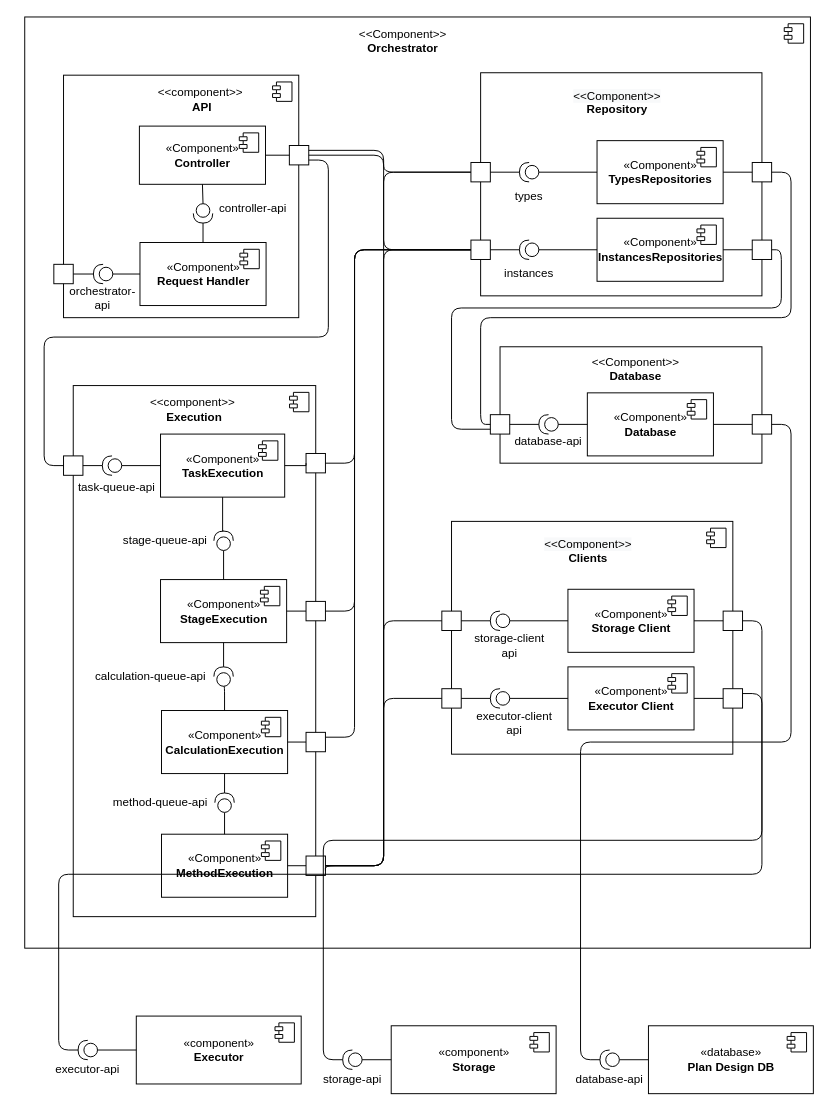
This is master/sources/diploma/architecture/diagrams/orchestrator/component.drawio from stalker-fc/diploma, a draw.io file, before an edit. Source tidied: cells renumbered, new cells numbered last; positions are measured from the earlier drawing's top-left corner, leaving out a move shared by most shapes. Both pictures are drawn from the tidied source at 97%, with x=0, y=0 at pixel (24, 16).
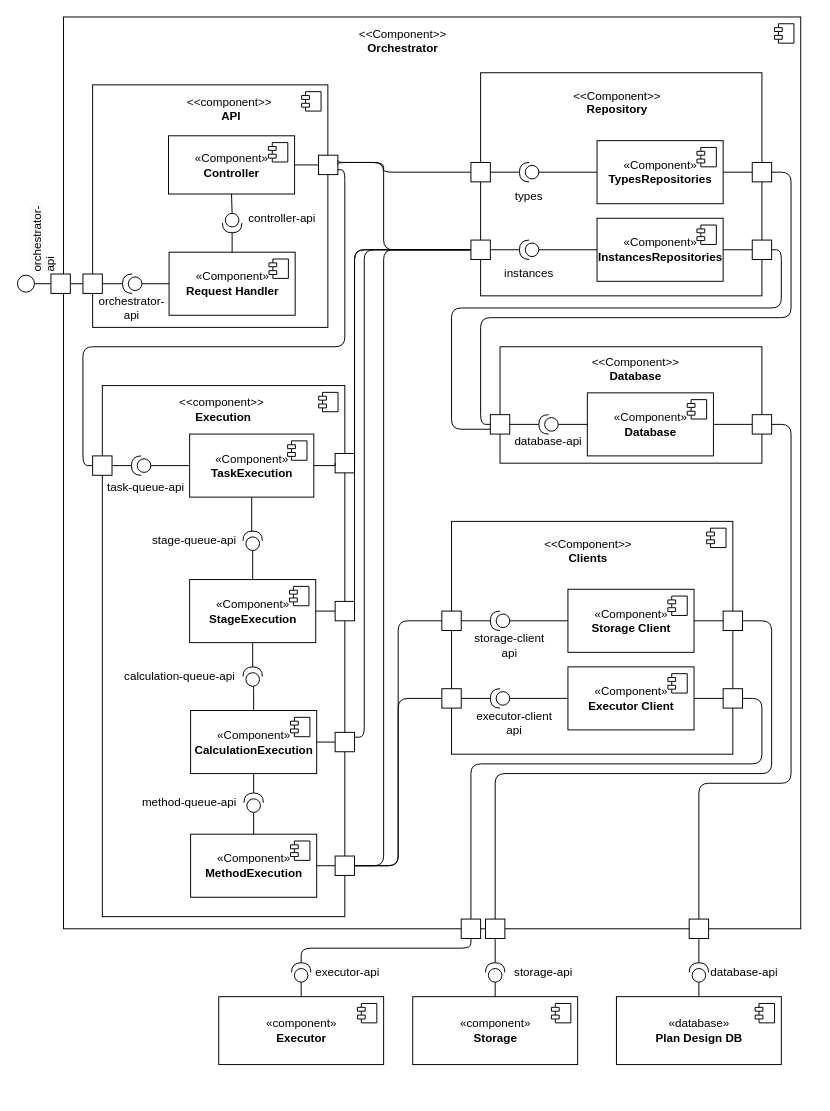
After the change.

The change refers to these unchanged cells:
```xml
<mxCell id="12" style="whiteSpace=wrap;html=1;" parent="4" vertex="1">
  <mxGeometry x="242.8" y="72.5" width="20" height="20" as="geometry" />
</mxCell>
<mxCell id="19" style="whiteSpace=wrap;html=1;" parent="4" vertex="1">
  <mxGeometry y="195" width="20" height="20" as="geometry" />
</mxCell>
<mxCell id="27" style="whiteSpace=wrap;html=1;" parent="23" vertex="1">
  <mxGeometry x="270" y="70" width="20" height="20" as="geometry" />
</mxCell>
<mxCell id="53" style="whiteSpace=wrap;html=1;" parent="35" vertex="1">
  <mxGeometry x="290" y="92.5" width="20" height="20" as="geometry" />
</mxCell>
<mxCell id="55" style="whiteSpace=wrap;html=1;" parent="35" vertex="1">
  <mxGeometry x="290" y="172.5" width="20" height="20" as="geometry" />
</mxCell>
<mxCell id="70" style="whiteSpace=wrap;html=1;" parent="57" vertex="1">
  <mxGeometry y="92.5" width="20" height="20" as="geometry" />
</mxCell>
<mxCell id="72" style="whiteSpace=wrap;html=1;" parent="57" vertex="1">
  <mxGeometry y="172.5" width="20" height="20" as="geometry" />
</mxCell>
<mxCell id="125" style="whiteSpace=wrap;html=1;" parent="96" vertex="1">
  <mxGeometry x="250" y="485" width="20" height="20" as="geometry" />
</mxCell>
<mxCell id="127" style="whiteSpace=wrap;html=1;" parent="96" vertex="1">
  <mxGeometry x="250" y="357.5" width="20" height="20" as="geometry" />
</mxCell>
<mxCell id="131" style="whiteSpace=wrap;html=1;" parent="96" vertex="1">
  <mxGeometry y="72.5" width="20" height="20" as="geometry" />
</mxCell>
```

What changed in the source:
```diff
@@
     <mxCell id="2" style="html=1;fillColor=none;" parent="1" vertex="1">
-      <mxGeometry width="810" height="960" as="geometry" />
+      <mxGeometry x="40" width="760" height="940" as="geometry" />
     </mxCell>
@@
     <mxCell id="4" style="group;" parent="1" vertex="1">
-      <mxGeometry x="30" y="60" width="262.8" height="250" as="geometry" />
+      <mxGeometry x="60" y="70" width="262.8" height="250" as="geometry" />
     </mxCell>
@@
+    <mxCell id="149" style="edgeStyle=orthogonalEdgeStyle;rounded=1;jettySize=auto;html=1;exitX=0;exitY=0.5;exitDx=0;exitDy=0;entryX=1;entryY=0.5;entryDx=0;entryDy=0;endArrow=none;endFill=0;" parent="4" edge="1" source="19" target="150">
+      <mxGeometry relative="1" as="geometry" />
+    </mxCell>
@@
+    <mxCell id="150" style="whiteSpace=wrap;html=1;" parent="4" vertex="1">
+      <mxGeometry x="-33" y="195" width="20" height="20" as="geometry" />
+    </mxCell>
@@
-    <mxCell id="78" style="group;" parent="1" vertex="1">
-      <mxGeometry x="20" y="1030" width="265" height="70" as="geometry" />
-    </mxCell>
-    <mxCell id="79" value="«component»&lt;br&gt;&lt;b&gt;Executor&lt;/b&gt;" style="html=1;" parent="78" vertex="1">
-      <mxGeometry x="95" width="170" height="70" as="geometry" />
-    </mxCell>
-    <mxCell id="80" style="shape=module;jettyWidth=8;jettyHeight=4;" parent="79" vertex="1">
-      <mxGeometry x="1" width="20" height="20" relative="1" as="geometry">
-        <mxPoint x="-27" y="7" as="offset" />
-      </mxGeometry>
-    </mxCell>
-    <mxCell id="81" style="edgeStyle=orthogonalEdgeStyle;rounded=0;jettySize=auto;html=1;exitX=0;exitY=0.5;exitDx=0;exitDy=0;exitPerimeter=0;entryX=0;entryY=0.5;entryDx=0;entryDy=0;endArrow=none;endFill=0;" parent="78" edge="1" source="82" target="79">
-      <mxGeometry relative="1" as="geometry" />
-    </mxCell>
-    <mxCell id="82" style="shape=providedRequiredInterface;html=1;verticalLabelPosition=bottom;sketch=0;direction=west;" parent="78" vertex="1">
-      <mxGeometry x="35" y="25" width="20" height="20" as="geometry" />
-    </mxCell>
-    <mxCell id="83" value="executor-api" style="text;html=1;strokeColor=none;fillColor=none;align=center;verticalAlign=middle;whiteSpace=wrap;rounded=0;" parent="78" vertex="1">
-      <mxGeometry y="40" width="90" height="30" as="geometry" />
-    </mxCell>
-    <mxCell id="84" style="group;" parent="1" vertex="1">
-      <mxGeometry x="292.8" y="1040" width="255" height="70" as="geometry" />
-    </mxCell>
-    <mxCell id="85" value="«component»&lt;br&gt;&lt;b&gt;Storage&lt;/b&gt;" style="html=1;" parent="84" vertex="1">
-      <mxGeometry x="85" width="170" height="70" as="geometry" />
-    </mxCell>
-    <mxCell id="86" style="shape=module;jettyWidth=8;jettyHeight=4;" parent="85" vertex="1">
-      <mxGeometry x="1" width="20" height="20" relative="1" as="geometry">
-        <mxPoint x="-27" y="7" as="offset" />
-      </mxGeometry>
-    </mxCell>
-    <mxCell id="87" style="edgeStyle=orthogonalEdgeStyle;rounded=0;jettySize=auto;html=1;exitX=0;exitY=0.5;exitDx=0;exitDy=0;exitPerimeter=0;entryX=0;entryY=0.5;entryDx=0;entryDy=0;endArrow=none;endFill=0;" parent="84" edge="1" source="88" target="85">
-      <mxGeometry relative="1" as="geometry" />
-    </mxCell>
-    <mxCell id="88" style="shape=providedRequiredInterface;html=1;verticalLabelPosition=bottom;sketch=0;direction=west;" parent="84" vertex="1">
-      <mxGeometry x="35" y="25" width="20" height="20" as="geometry" />
-    </mxCell>
-    <mxCell id="89" value="storage-api" style="text;html=1;strokeColor=none;fillColor=none;align=center;verticalAlign=middle;whiteSpace=wrap;rounded=0;" parent="84" vertex="1">
-      <mxGeometry y="40" width="90" height="30" as="geometry" />
-    </mxCell>
-    <mxCell id="90" style="group;" parent="1" vertex="1">
-      <mxGeometry x="558" y="1040" width="255" height="70" as="geometry" />
-    </mxCell>
-    <mxCell id="91" value="«database»&lt;br&gt;&lt;b&gt;Plan Design DB&lt;/b&gt;" style="html=1;" parent="90" vertex="1">
-      <mxGeometry x="85" width="170" height="70" as="geometry" />
-    </mxCell>
-    <mxCell id="92" style="shape=module;jettyWidth=8;jettyHeight=4;" parent="91" vertex="1">
-      <mxGeometry x="1" width="20" height="20" relative="1" as="geometry">
-        <mxPoint x="-27" y="7" as="offset" />
-      </mxGeometry>
-    </mxCell>
-    <mxCell id="93" style="edgeStyle=orthogonalEdgeStyle;rounded=0;jettySize=auto;html=1;exitX=0;exitY=0.5;exitDx=0;exitDy=0;exitPerimeter=0;entryX=0;entryY=0.5;entryDx=0;entryDy=0;endArrow=none;endFill=0;" parent="90" edge="1" source="94" target="91">
-      <mxGeometry relative="1" as="geometry" />
-    </mxCell>
-    <mxCell id="94" style="shape=providedRequiredInterface;html=1;verticalLabelPosition=bottom;sketch=0;direction=west;" parent="90" vertex="1">
-      <mxGeometry x="35" y="25" width="20" height="20" as="geometry" />
-    </mxCell>
-    <mxCell id="95" value="database-api" style="text;html=1;strokeColor=none;fillColor=none;align=center;verticalAlign=middle;whiteSpace=wrap;rounded=0;" parent="90" vertex="1">
-      <mxGeometry y="40" width="90" height="30" as="geometry" />
-    </mxCell>
     <mxCell id="96" style="group;" parent="1" vertex="1">
-      <mxGeometry x="40" y="380" width="270" height="547.5" as="geometry" />
+      <mxGeometry x="70" y="380" width="270" height="547.5" as="geometry" />
     </mxCell>
@@
     <mxCell id="135" style="edgeStyle=orthogonalEdgeStyle;rounded=1;jettySize=auto;html=1;exitX=1;exitY=0.25;exitDx=0;exitDy=0;entryX=0;entryY=0.5;entryDx=0;entryDy=0;endArrow=none;endFill=0;" parent="1" edge="1" source="12" target="70">
       <mxGeometry relative="1" as="geometry">
         <Array as="points">
-          <mxPoint x="370" y="138" />
+          <mxPoint x="323" y="150" />
+          <mxPoint x="370" y="150" />
           <mxPoint x="370" y="160" />
         </Array>
       </mxGeometry>
     </mxCell>
     <mxCell id="136" style="edgeStyle=orthogonalEdgeStyle;rounded=1;jettySize=auto;html=1;exitX=1;exitY=0.5;exitDx=0;exitDy=0;entryX=0;entryY=0.5;entryDx=0;entryDy=0;endArrow=none;endFill=0;" parent="1" edge="1" source="12" target="72">
       <mxGeometry relative="1" as="geometry">
         <Array as="points">
-          <mxPoint x="370" y="142" />
+          <mxPoint x="323" y="150" />
+          <mxPoint x="370" y="150" />
           <mxPoint x="370" y="240" />
         </Array>
       </mxGeometry>
     </mxCell>
     <mxCell id="137" style="edgeStyle=orthogonalEdgeStyle;rounded=1;jettySize=auto;html=1;exitX=1;exitY=0.75;exitDx=0;exitDy=0;entryX=0;entryY=0.5;entryDx=0;entryDy=0;endArrow=none;endFill=0;" parent="1" edge="1" source="12" target="131">
       <mxGeometry relative="1" as="geometry">
         <Array as="points">
-          <mxPoint x="313" y="148" />
-          <mxPoint x="313" y="330" />
-          <mxPoint x="20" y="330" />
-          <mxPoint x="20" y="462" />
+          <mxPoint x="330" y="158" />
+          <mxPoint x="330" y="340" />
+          <mxPoint x="60" y="340" />
+          <mxPoint x="60" y="463" />
         </Array>
       </mxGeometry>
     </mxCell>
@@
-    <mxCell id="141" style="edgeStyle=orthogonalEdgeStyle;rounded=1;jettySize=auto;html=1;exitX=1;exitY=0.75;exitDx=0;exitDy=0;endArrow=none;endFill=0;entryX=0;entryY=0.5;entryDx=0;entryDy=0;" parent="1" edge="1" source="125" target="70">
-      <mxGeometry relative="1" as="geometry">
-        <Array as="points">
-          <mxPoint x="310" y="875" />
-          <mxPoint x="370" y="875" />
-          <mxPoint x="370" y="160" />
-        </Array>
-      </mxGeometry>
-    </mxCell>
     <mxCell id="142" style="edgeStyle=orthogonalEdgeStyle;rounded=1;jettySize=auto;html=1;exitX=1;exitY=0.25;exitDx=0;exitDy=0;entryX=0;entryY=0.5;entryDx=0;entryDy=0;endArrow=none;endFill=0;" parent="1" edge="1" source="127" target="72">
       <mxGeometry relative="1" as="geometry">
         <Array as="points">
-          <mxPoint x="340" y="742" />
-          <mxPoint x="340" y="240" />
+          <mxPoint x="350" y="743" />
+          <mxPoint x="350" y="240" />
         </Array>
       </mxGeometry>
     </mxCell>
@@
-    <mxCell id="145" style="edgeStyle=orthogonalEdgeStyle;rounded=1;jettySize=auto;html=1;exitX=1;exitY=0.5;exitDx=0;exitDy=0;entryX=1;entryY=0.5;entryDx=0;entryDy=0;entryPerimeter=0;endArrow=none;endFill=0;" parent="1" edge="1" source="27" target="94">
-      <mxGeometry relative="1" as="geometry" />
-    </mxCell>
-    <mxCell id="146" style="edgeStyle=orthogonalEdgeStyle;rounded=1;jettySize=auto;html=1;exitX=1;exitY=0.5;exitDx=0;exitDy=0;entryX=1;entryY=0.5;entryDx=0;entryDy=0;entryPerimeter=0;endArrow=none;endFill=0;" parent="1" edge="1" source="53" target="88">
-      <mxGeometry relative="1" as="geometry" />
-    </mxCell>
-    <mxCell id="147" style="edgeStyle=orthogonalEdgeStyle;rounded=1;jettySize=auto;html=1;exitX=1;exitY=0.25;exitDx=0;exitDy=0;entryX=1;entryY=0.5;entryDx=0;entryDy=0;entryPerimeter=0;endArrow=none;endFill=0;" parent="1" edge="1" source="55" target="82">
-      <mxGeometry relative="1" as="geometry" />
-    </mxCell>
@@
+    <mxCell id="151" style="group;" parent="1" vertex="1">
+      <mxGeometry x="610" y="970" width="177" height="110" as="geometry" />
+    </mxCell>
+    <mxCell id="91" value="«database»&lt;br&gt;&lt;b&gt;Plan Design DB&lt;/b&gt;" style="html=1;" parent="151" vertex="1">
+      <mxGeometry y="40" width="170" height="70" as="geometry" />
+    </mxCell>
+    <mxCell id="92" style="shape=module;jettyWidth=8;jettyHeight=4;" parent="91" vertex="1">
+      <mxGeometry x="1" width="20" height="20" relative="1" as="geometry">
+        <mxPoint x="-27" y="7" as="offset" />
+      </mxGeometry>
+    </mxCell>
+    <mxCell id="93" style="edgeStyle=orthogonalEdgeStyle;rounded=0;jettySize=auto;html=1;exitX=0;exitY=0.5;exitDx=0;exitDy=0;exitPerimeter=0;entryX=0.5;entryY=0;entryDx=0;entryDy=0;endArrow=none;endFill=0;" parent="151" edge="1" source="94" target="91">
+      <mxGeometry relative="1" as="geometry" />
+    </mxCell>
+    <mxCell id="94" style="shape=providedRequiredInterface;html=1;verticalLabelPosition=bottom;sketch=0;direction=north;" parent="151" vertex="1">
+      <mxGeometry x="75" y="5" width="20" height="20" as="geometry" />
+    </mxCell>
+    <mxCell id="95" value="database-api" style="text;html=1;strokeColor=none;fillColor=none;align=center;verticalAlign=middle;whiteSpace=wrap;rounded=0;" parent="151" vertex="1">
+      <mxGeometry x="87" width="90" height="30" as="geometry" />
+    </mxCell>
+    <mxCell id="152" style="group;" parent="1" vertex="1">
+      <mxGeometry x="400" y="970" width="180" height="110" as="geometry" />
+    </mxCell>
+    <mxCell id="85" value="«component»&lt;br&gt;&lt;b&gt;Storage&lt;/b&gt;" style="html=1;" parent="152" vertex="1">
+      <mxGeometry y="40" width="170" height="70" as="geometry" />
+    </mxCell>
+    <mxCell id="86" style="shape=module;jettyWidth=8;jettyHeight=4;" parent="85" vertex="1">
+      <mxGeometry x="1" width="20" height="20" relative="1" as="geometry">
+        <mxPoint x="-27" y="7" as="offset" />
+      </mxGeometry>
+    </mxCell>
+    <mxCell id="87" style="edgeStyle=orthogonalEdgeStyle;rounded=0;jettySize=auto;html=1;exitX=0;exitY=0.5;exitDx=0;exitDy=0;exitPerimeter=0;endArrow=none;endFill=0;" parent="152" edge="1" source="88">
+      <mxGeometry relative="1" as="geometry">
+        <mxPoint x="85" y="40" as="targetPoint" />
+      </mxGeometry>
+    </mxCell>
+    <mxCell id="88" style="shape=providedRequiredInterface;html=1;verticalLabelPosition=bottom;sketch=0;direction=north;" parent="152" vertex="1">
+      <mxGeometry x="75" y="5" width="20" height="20" as="geometry" />
+    </mxCell>
+    <mxCell id="89" value="storage-api" style="text;html=1;strokeColor=none;fillColor=none;align=center;verticalAlign=middle;whiteSpace=wrap;rounded=0;" parent="152" vertex="1">
+      <mxGeometry x="90" width="90" height="30" as="geometry" />
+    </mxCell>
+    <mxCell id="153" style="group;" parent="1" vertex="1">
+      <mxGeometry x="200" y="970" width="177.8" height="110" as="geometry" />
+    </mxCell>
+    <mxCell id="79" value="«component»&lt;br&gt;&lt;b&gt;Executor&lt;/b&gt;" style="html=1;" parent="153" vertex="1">
+      <mxGeometry y="40" width="170" height="70" as="geometry" />
+    </mxCell>
+    <mxCell id="80" style="shape=module;jettyWidth=8;jettyHeight=4;" parent="79" vertex="1">
+      <mxGeometry x="1" width="20" height="20" relative="1" as="geometry">
+        <mxPoint x="-27" y="7" as="offset" />
+      </mxGeometry>
+    </mxCell>
+    <mxCell id="81" style="edgeStyle=orthogonalEdgeStyle;rounded=0;jettySize=auto;html=1;exitX=0;exitY=0.5;exitDx=0;exitDy=0;exitPerimeter=0;entryX=0.5;entryY=0;entryDx=0;entryDy=0;endArrow=none;endFill=0;" parent="153" edge="1" source="82" target="79">
+      <mxGeometry relative="1" as="geometry" />
+    </mxCell>
+    <mxCell id="82" style="shape=providedRequiredInterface;html=1;verticalLabelPosition=bottom;sketch=0;direction=north;" parent="153" vertex="1">
+      <mxGeometry x="75" y="5" width="20" height="20" as="geometry" />
+    </mxCell>
+    <mxCell id="83" value="executor-api" style="text;html=1;strokeColor=none;fillColor=none;align=center;verticalAlign=middle;whiteSpace=wrap;rounded=0;" parent="153" vertex="1">
+      <mxGeometry x="87.8" width="90" height="30" as="geometry" />
+    </mxCell>
+    <mxCell id="154" style="edgeStyle=orthogonalEdgeStyle;rounded=1;jettySize=auto;html=1;exitX=0.5;exitY=0;exitDx=0;exitDy=0;entryX=1;entryY=0.5;entryDx=0;entryDy=0;endArrow=none;endFill=0;" parent="1" edge="1" source="159" target="55">
+      <mxGeometry relative="1" as="geometry">
+        <Array as="points">
+          <mxPoint x="460" y="930" />
+          <mxPoint x="460" y="770" />
+          <mxPoint x="760" y="770" />
+          <mxPoint x="760" y="703" />
+        </Array>
+      </mxGeometry>
+    </mxCell>
+    <mxCell id="155" style="ellipse;whiteSpace=wrap;html=1;" parent="1" vertex="1">
+      <mxGeometry x="-7.5" y="266.2" width="17.5" height="17.5" as="geometry" />
+    </mxCell>
+    <mxCell id="156" style="edgeStyle=orthogonalEdgeStyle;rounded=1;jettySize=auto;html=1;exitX=0;exitY=0.5;exitDx=0;exitDy=0;entryX=1;entryY=0.5;entryDx=0;entryDy=0;endArrow=none;endFill=0;" parent="1" edge="1" source="150" target="155">
+      <mxGeometry relative="1" as="geometry" />
+    </mxCell>
+    <mxCell id="157" value="&lt;span style=&quot;color: rgb(0, 0, 0); font-family: helvetica; font-size: 12px; font-style: normal; font-weight: 400; letter-spacing: normal; text-align: center; text-indent: 0px; text-transform: none; word-spacing: 0px; background-color: rgb(248, 249, 250); display: inline; float: none;&quot;&gt;orchestrator-api&lt;/span&gt;" style="text;whiteSpace=wrap;html=1;rotation=270;" parent="1" vertex="1">
+      <mxGeometry x="-20" y="210" width="74" height="36.2" as="geometry" />
+    </mxCell>
+    <mxCell id="158" style="edgeStyle=orthogonalEdgeStyle;rounded=1;jettySize=auto;html=1;exitX=0.5;exitY=1;exitDx=0;exitDy=0;entryX=1;entryY=0.5;entryDx=0;entryDy=0;entryPerimeter=0;endArrow=none;endFill=0;" parent="1" edge="1" source="159" target="82">
+      <mxGeometry relative="1" as="geometry">
+        <Array as="points">
+          <mxPoint x="460" y="960" />
+          <mxPoint x="285" y="960" />
+        </Array>
+      </mxGeometry>
+    </mxCell>
+    <mxCell id="159" style="whiteSpace=wrap;html=1;" parent="1" vertex="1">
+      <mxGeometry x="450" y="930" width="20" height="20" as="geometry" />
+    </mxCell>
+    <mxCell id="160" style="edgeStyle=orthogonalEdgeStyle;rounded=1;jettySize=auto;html=1;exitX=0.5;exitY=1;exitDx=0;exitDy=0;entryX=1;entryY=0.5;entryDx=0;entryDy=0;entryPerimeter=0;endArrow=none;endFill=0;" parent="1" edge="1" source="161" target="88">
+      <mxGeometry relative="1" as="geometry" />
+    </mxCell>
+    <mxCell id="161" style="whiteSpace=wrap;html=1;" parent="1" vertex="1">
+      <mxGeometry x="475" y="930" width="20" height="20" as="geometry" />
+    </mxCell>
+    <mxCell id="162" style="edgeStyle=orthogonalEdgeStyle;rounded=1;jettySize=auto;html=1;exitX=1;exitY=0.5;exitDx=0;exitDy=0;endArrow=none;endFill=0;entryX=0.5;entryY=0;entryDx=0;entryDy=0;" parent="1" edge="1" source="53" target="161">
+      <mxGeometry relative="1" as="geometry">
+        <Array as="points">
+          <mxPoint x="770" y="622" />
+          <mxPoint x="770" y="780" />
+          <mxPoint x="485" y="780" />
+        </Array>
+      </mxGeometry>
+    </mxCell>
+    <mxCell id="163" style="edgeStyle=orthogonalEdgeStyle;rounded=1;jettySize=auto;html=1;exitX=0.5;exitY=1;exitDx=0;exitDy=0;entryX=1;entryY=0.5;entryDx=0;entryDy=0;entryPerimeter=0;endArrow=none;endFill=0;" parent="1" edge="1" source="164" target="94">
+      <mxGeometry relative="1" as="geometry" />
+    </mxCell>
+    <mxCell id="164" style="whiteSpace=wrap;html=1;" parent="1" vertex="1">
+      <mxGeometry x="685" y="930" width="20" height="20" as="geometry" />
+    </mxCell>
+    <mxCell id="165" style="edgeStyle=orthogonalEdgeStyle;rounded=1;jettySize=auto;html=1;exitX=1;exitY=0.5;exitDx=0;exitDy=0;entryX=0.5;entryY=0;entryDx=0;entryDy=0;endArrow=none;endFill=0;" parent="1" edge="1" source="27" target="164">
+      <mxGeometry relative="1" as="geometry">
+        <Array as="points">
+          <mxPoint x="790" y="420" />
+          <mxPoint x="790" y="790" />
+          <mxPoint x="695" y="790" />
+        </Array>
+      </mxGeometry>
+    </mxCell>
```
